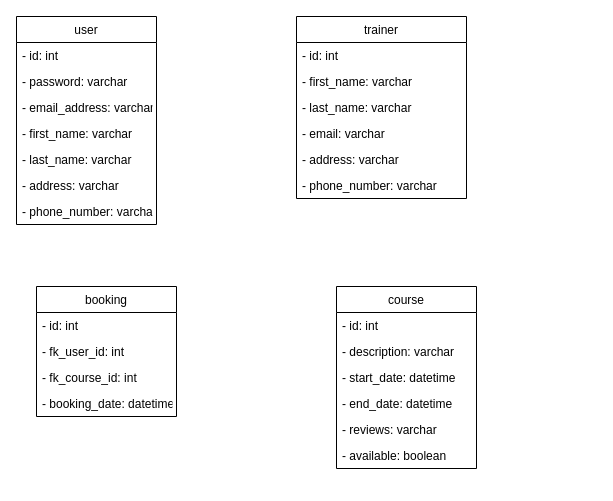
Above: page "UML_diagram" (3 of 4) of db.drawio in Keltroz/Full-Stck-Project (draw.io), before the change. Source tidied: cells renumbered, new cells numbered last; positions are measured from the earlier drawing's top-left corner, leaving out a move shared by most shapes. Both pictures are drawn from the tidied source at 100%, with x=0, y=0 at pixel (16, 16).
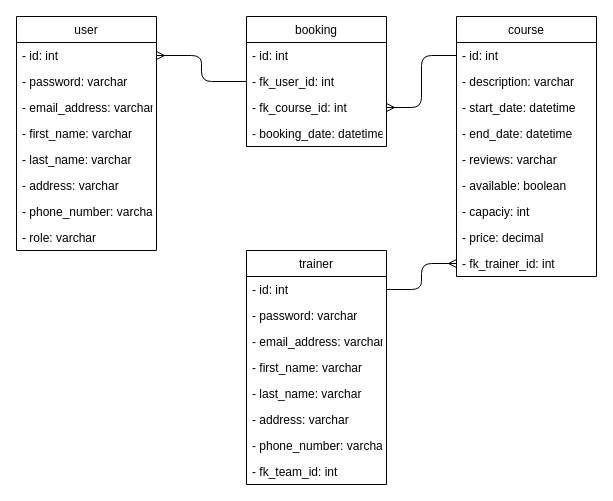
Above is the later version.

Unchanged cells that the change refers to:
```xml
<mxCell id="3" value="- id: int" style="text;strokeColor=none;fillColor=none;align=left;verticalAlign=top;spacingLeft=4;spacingRight=4;overflow=hidden;points=[[0,0.5],[1,0.5]];portConstraint=eastwest;" parent="2" vertex="1">
  <mxGeometry y="26" width="140" height="26" as="geometry" />
</mxCell>
<mxCell id="18" value="- id: int" style="text;strokeColor=none;fillColor=none;align=left;verticalAlign=top;spacingLeft=4;spacingRight=4;overflow=hidden;points=[[0,0.5],[1,0.5]];portConstraint=eastwest;" parent="17" vertex="1">
  <mxGeometry y="26" width="140" height="26" as="geometry" />
</mxCell>
<mxCell id="27" value="- fk_course_id: int" style="text;strokeColor=none;fillColor=none;align=left;verticalAlign=top;spacingLeft=4;spacingRight=4;overflow=hidden;points=[[0,0.5],[1,0.5]];portConstraint=eastwest;" parent="24" vertex="1">
  <mxGeometry y="78" width="140" height="26" as="geometry" />
</mxCell>
```

What changed in the source:
```diff
@@
     <mxCell id="2" value="user" style="swimlane;fontStyle=0;horizontal=1;startSize=26;fillColor=none;" parent="1" vertex="1">
-      <mxGeometry width="140" height="208" as="geometry" />
+      <mxGeometry width="140" height="234" as="geometry" />
     </mxCell>
@@
-    <mxCell id="10" value="trainer" style="swimlane;fontStyle=0;horizontal=1;startSize=26;fillColor=none;" parent="1" vertex="1">
-      <mxGeometry x="280" width="170" height="182" as="geometry" />
-    </mxCell>
-    <mxCell id="11" value="- id: int" style="text;strokeColor=none;fillColor=none;align=left;verticalAlign=top;spacingLeft=4;spacingRight=4;overflow=hidden;points=[[0,0.5],[1,0.5]];portConstraint=eastwest;" parent="10" vertex="1">
-      <mxGeometry y="26" width="170" height="26" as="geometry" />
-    </mxCell>
-    <mxCell id="12" value="- first_name: varchar" style="text;strokeColor=none;fillColor=none;align=left;verticalAlign=top;spacingLeft=4;spacingRight=4;overflow=hidden;" parent="10" vertex="1">
-      <mxGeometry y="52" width="170" height="26" as="geometry" />
-    </mxCell>
-    <mxCell id="13" value="- last_name: varchar" style="text;strokeColor=none;fillColor=none;align=left;verticalAlign=top;spacingLeft=4;spacingRight=4;overflow=hidden;" parent="10" vertex="1">
-      <mxGeometry y="78" width="170" height="26" as="geometry" />
-    </mxCell>
-    <mxCell id="14" value="- email: varchar" style="text;strokeColor=none;fillColor=none;align=left;verticalAlign=top;spacingLeft=4;spacingRight=4;overflow=hidden;" parent="10" vertex="1">
-      <mxGeometry y="104" width="170" height="26" as="geometry" />
-    </mxCell>
-    <mxCell id="15" value="- address: varchar" style="text;strokeColor=none;fillColor=none;align=left;verticalAlign=top;spacingLeft=4;spacingRight=4;overflow=hidden;" parent="10" vertex="1">
-      <mxGeometry y="130" width="170" height="26" as="geometry" />
-    </mxCell>
-    <mxCell id="16" value="- phone_number: varchar" style="text;strokeColor=none;fillColor=none;align=left;verticalAlign=top;spacingLeft=4;spacingRight=4;overflow=hidden;" parent="10" vertex="1">
-      <mxGeometry y="156" width="170" height="26" as="geometry" />
-    </mxCell>
+    <mxCell id="29" value="- role: varchar" style="text;strokeColor=none;fillColor=none;align=left;verticalAlign=top;spacingLeft=4;spacingRight=4;overflow=hidden;" parent="2" vertex="1">
+      <mxGeometry y="208" width="140" height="26" as="geometry" />
+    </mxCell>
     <mxCell id="17" value="course" style="swimlane;fontStyle=0;horizontal=1;startSize=26;fillColor=none;" parent="1" vertex="1">
-      <mxGeometry x="320" y="270" width="140" height="182" as="geometry" />
+      <mxGeometry x="440" width="140" height="260" as="geometry" />
     </mxCell>
@@
+    <mxCell id="30" value="- capaciy: int" style="text;strokeColor=none;fillColor=none;align=left;verticalAlign=top;spacingLeft=4;spacingRight=4;overflow=hidden;" parent="17" vertex="1">
+      <mxGeometry y="182" width="140" height="26" as="geometry" />
+    </mxCell>
+    <mxCell id="31" value="- price: decimal" style="text;strokeColor=none;fillColor=none;align=left;verticalAlign=top;spacingLeft=4;spacingRight=4;overflow=hidden;" parent="17" vertex="1">
+      <mxGeometry y="208" width="140" height="26" as="geometry" />
+    </mxCell>
+    <mxCell id="32" value="- fk_trainer_id: int" style="text;strokeColor=none;fillColor=none;align=left;verticalAlign=top;spacingLeft=4;spacingRight=4;overflow=hidden;points=[[0,0.5],[1,0.5]];portConstraint=eastwest;" parent="17" vertex="1">
+      <mxGeometry y="234" width="140" height="26" as="geometry" />
+    </mxCell>
+    <mxCell id="33" style="edgeStyle=orthogonalEdgeStyle;html=1;endArrow=ERmany;endFill=0;entryX=1;entryY=0.5;entryDx=0;entryDy=0;startArrow=none;startFill=0;" parent="1" edge="1" source="24" target="3">
+      <mxGeometry relative="1" as="geometry" />
+    </mxCell>
     <mxCell id="24" value="booking" style="swimlane;fontStyle=0;horizontal=1;startSize=26;fillColor=none;" parent="1" vertex="1">
-      <mxGeometry x="20" y="270" width="140" height="130" as="geometry" />
+      <mxGeometry x="230" width="140" height="130" as="geometry" />
     </mxCell>
@@
+    <mxCell id="34" style="edgeStyle=orthogonalEdgeStyle;html=1;startArrow=ERmany;startFill=0;endArrow=none;endFill=0;" parent="1" edge="1" source="27" target="18">
+      <mxGeometry relative="1" as="geometry" />
+    </mxCell>
+    <mxCell id="10" value="trainer" style="swimlane;fontStyle=0;horizontal=1;startSize=26;fillColor=none;" parent="1" vertex="1">
+      <mxGeometry x="230" y="234" width="140" height="234" as="geometry" />
+    </mxCell>
+    <mxCell id="11" value="- id: int" style="text;strokeColor=none;fillColor=none;align=left;verticalAlign=top;spacingLeft=4;spacingRight=4;overflow=hidden;points=[[0,0.5],[1,0.5]];portConstraint=eastwest;" parent="10" vertex="1">
+      <mxGeometry y="26" width="140" height="26" as="geometry" />
+    </mxCell>
+    <mxCell id="35" value="- password: varchar" style="text;strokeColor=none;fillColor=none;align=left;verticalAlign=top;spacingLeft=4;spacingRight=4;overflow=hidden;" parent="10" vertex="1">
+      <mxGeometry y="52" width="140" height="26" as="geometry" />
+    </mxCell>
+    <mxCell id="36" value="- email_address: varchar" style="text;strokeColor=none;fillColor=none;align=left;verticalAlign=top;spacingLeft=4;spacingRight=4;overflow=hidden;" parent="10" vertex="1">
+      <mxGeometry y="78" width="140" height="26" as="geometry" />
+    </mxCell>
+    <mxCell id="12" value="- first_name: varchar" style="text;strokeColor=none;fillColor=none;align=left;verticalAlign=top;spacingLeft=4;spacingRight=4;overflow=hidden;" parent="10" vertex="1">
+      <mxGeometry y="104" width="140" height="26" as="geometry" />
+    </mxCell>
+    <mxCell id="13" value="- last_name: varchar" style="text;strokeColor=none;fillColor=none;align=left;verticalAlign=top;spacingLeft=4;spacingRight=4;overflow=hidden;" parent="10" vertex="1">
+      <mxGeometry y="130" width="140" height="26" as="geometry" />
+    </mxCell>
+    <mxCell id="15" value="- address: varchar" style="text;strokeColor=none;fillColor=none;align=left;verticalAlign=top;spacingLeft=4;spacingRight=4;overflow=hidden;" parent="10" vertex="1">
+      <mxGeometry y="156" width="140" height="26" as="geometry" />
+    </mxCell>
+    <mxCell id="16" value="- phone_number: varchar" style="text;strokeColor=none;fillColor=none;align=left;verticalAlign=top;spacingLeft=4;spacingRight=4;overflow=hidden;" parent="10" vertex="1">
+      <mxGeometry y="182" width="140" height="26" as="geometry" />
+    </mxCell>
+    <mxCell id="37" value="- fk_team_id: int" style="text;strokeColor=none;fillColor=none;align=left;verticalAlign=top;spacingLeft=4;spacingRight=4;overflow=hidden;" parent="10" vertex="1">
+      <mxGeometry y="208" width="140" height="26" as="geometry" />
+    </mxCell>
+    <mxCell id="38" style="edgeStyle=orthogonalEdgeStyle;html=1;startArrow=ERmany;startFill=0;endArrow=none;endFill=0;entryX=1;entryY=0.5;entryDx=0;entryDy=0;" parent="1" edge="1" source="32" target="11">
+      <mxGeometry relative="1" as="geometry" />
+    </mxCell>
```
